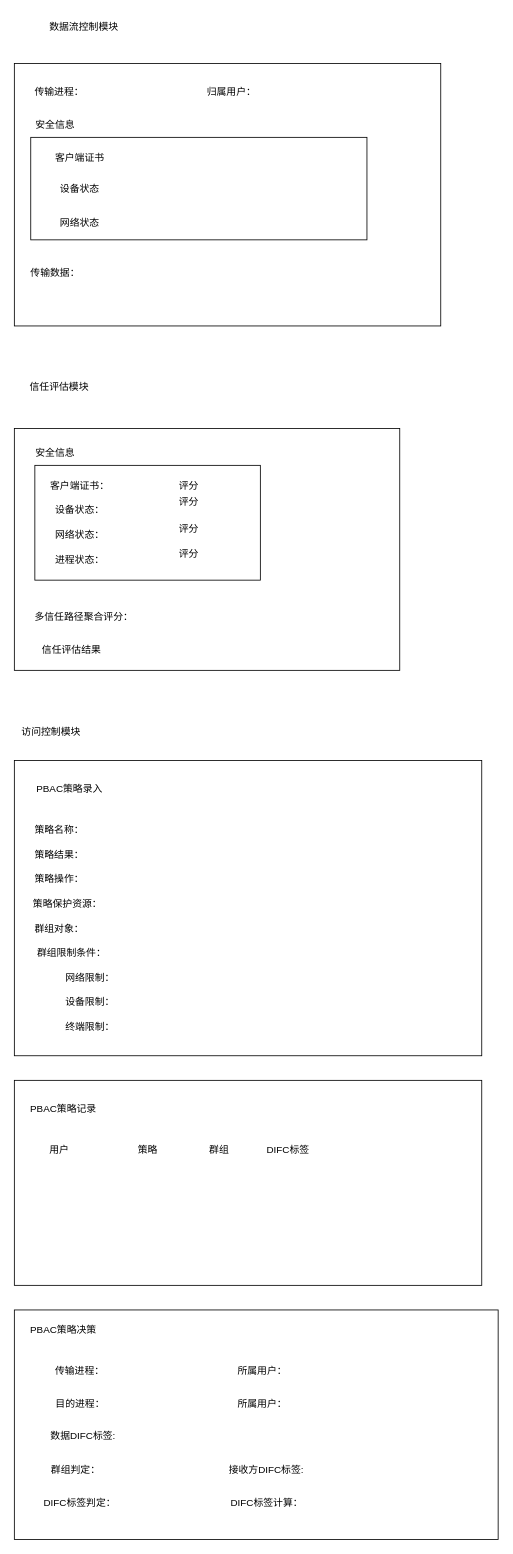
Above: system.drawio in ZhuShouCheng/notebook (draw.io), before the change. Source tidied: cells renumbered, new cells numbered last; positions are measured from the earlier drawing's top-left corner, leaving out a move shared by most shapes. Both pictures are drawn from the tidied source at 82%, with x=0, y=0 at pixel (14, 14).
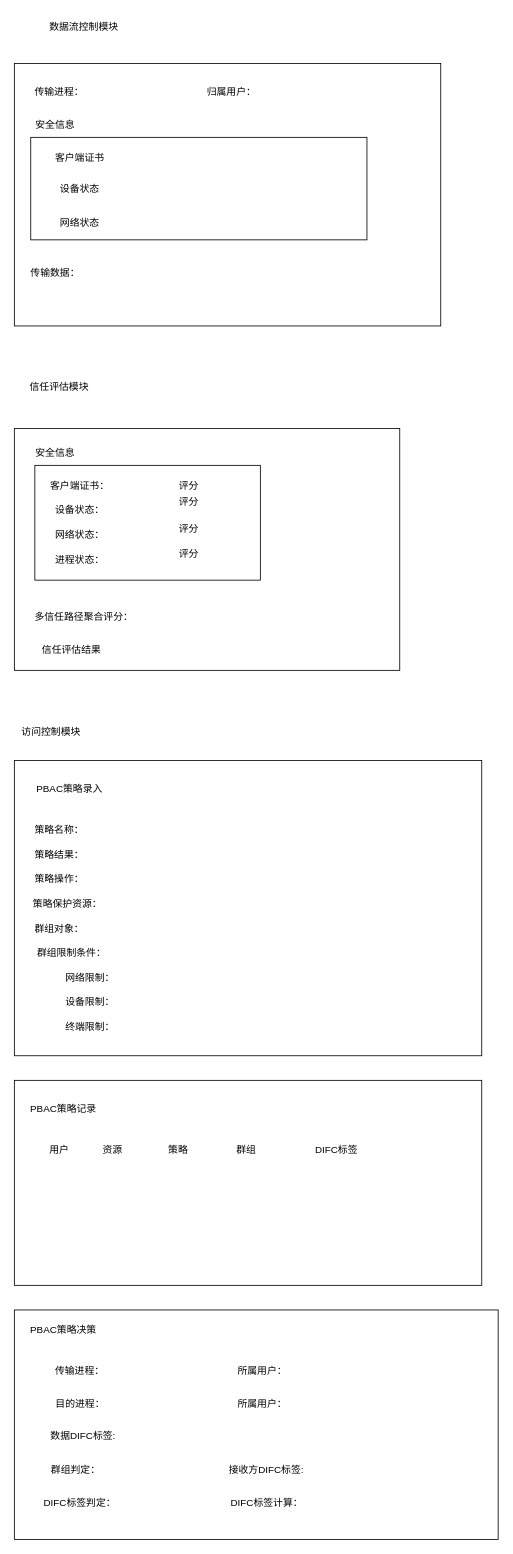
The same page after the edit.

Diff of the diagram source:
```diff
@@
     <mxCell id="41" value="策略" style="text;html=1;strokeColor=none;fillColor=none;align=center;verticalAlign=middle;whiteSpace=wrap;rounded=0;" parent="1" vertex="1">
-      <mxGeometry x="132.5" y="1370" width="60" height="30" as="geometry" />
+      <mxGeometry x="170" y="1370" width="60" height="30" as="geometry" />
     </mxCell>
     <mxCell id="42" value="群组" style="text;html=1;strokeColor=none;fillColor=none;align=center;verticalAlign=middle;whiteSpace=wrap;rounded=0;" parent="1" vertex="1">
-      <mxGeometry x="220" y="1370" width="60" height="30" as="geometry" />
+      <mxGeometry x="252.5" y="1370" width="60" height="30" as="geometry" />
     </mxCell>
     <mxCell id="43" value="DIFC标签" style="text;html=1;strokeColor=none;fillColor=none;align=center;verticalAlign=middle;whiteSpace=wrap;rounded=0;" parent="1" vertex="1">
-      <mxGeometry x="304" y="1370" width="60" height="30" as="geometry" />
+      <mxGeometry x="362.5" y="1370" width="60" height="30" as="geometry" />
     </mxCell>
@@
+    <mxCell id="55" value="资源" style="text;html=1;strokeColor=none;fillColor=none;align=center;verticalAlign=middle;whiteSpace=wrap;rounded=0;" parent="1" vertex="1">
+      <mxGeometry x="90" y="1370" width="60" height="30" as="geometry" />
+    </mxCell>
```
